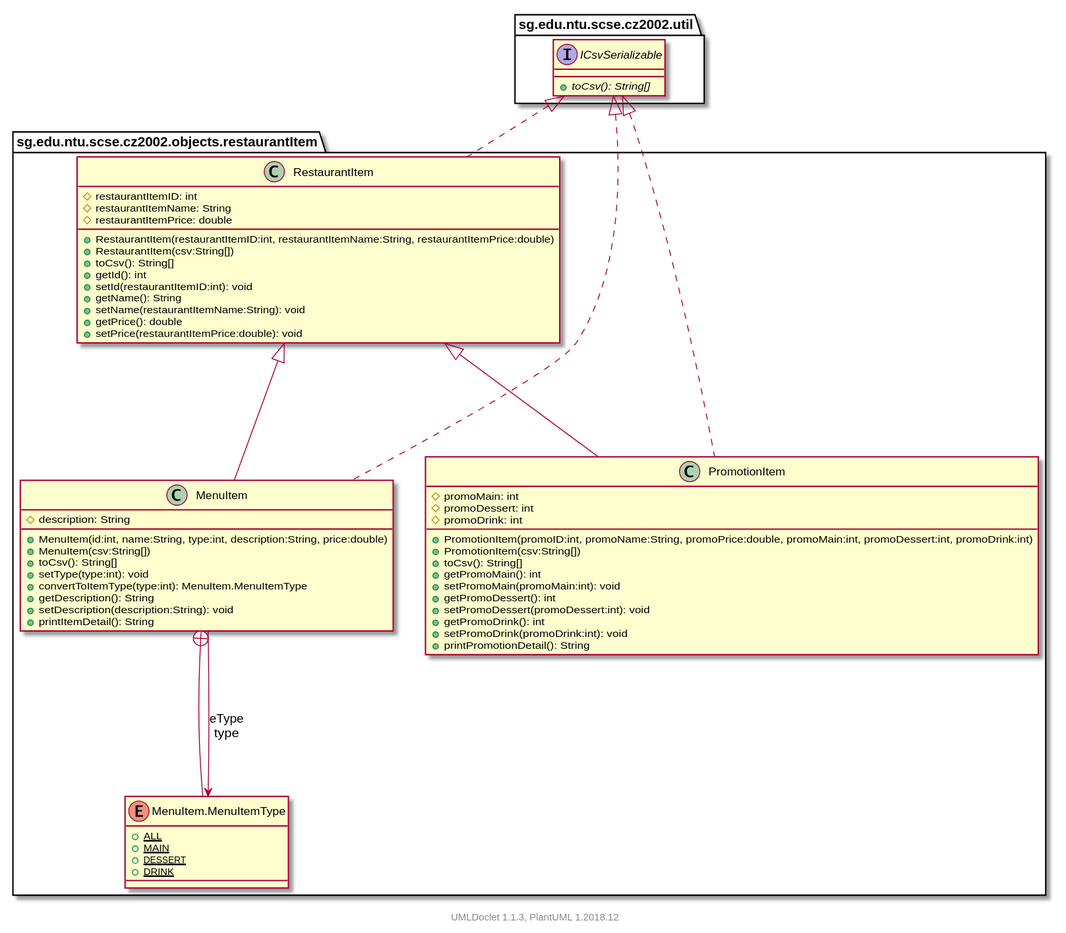
The PlantUML diagram projects/oodp/html/umlversion/uml/sg.edu.ntu.scse.cz2002.objects.restaurantItem.package.svg in itachi1706/How-to-use-Git-NTUSCSE1819-Site, before a commit.
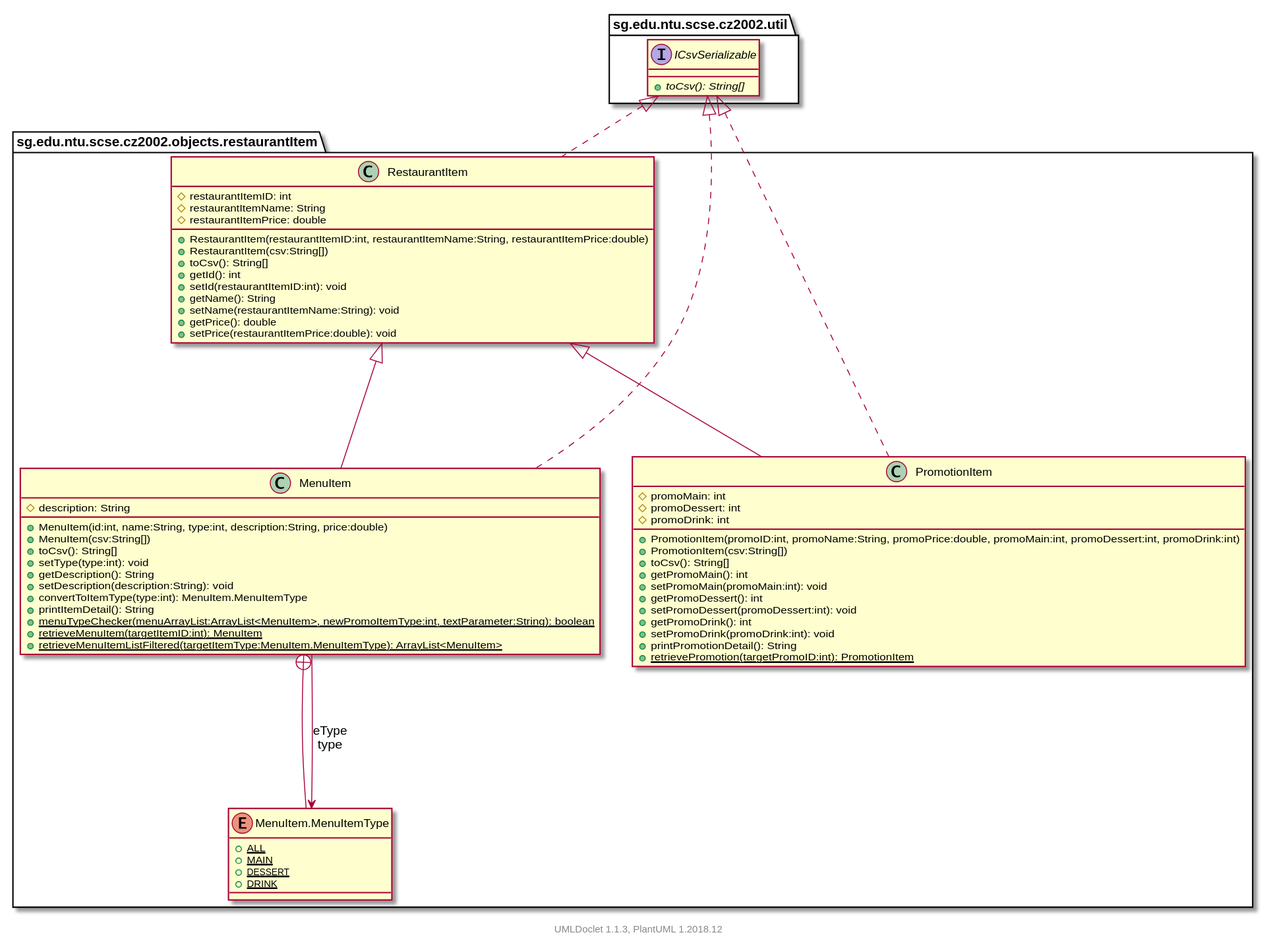
After the change.

What changed in the source:
```diff
@@ -8,10 +8,13 @@
             +MenuItem(csv:String[])
             +toCsv(): String[]
             +setType(type:int): void
-            +convertToItemType(type:int): MenuItem.MenuItemType
             +getDescription(): String
             +setDescription(description:String): void
+            +convertToItemType(type:int): MenuItem.MenuItemType
             +printItemDetail(): String
+            {static} +menuTypeChecker(menuArrayList:ArrayList<MenuItem>, newPromoItemType:int, textParameter:String): boolean
+            {static} +retrieveMenuItem(targetItemID:int): MenuItem
+            {static} +retrieveMenuItemListFiltered(targetItemType:MenuItem.MenuItemType): ArrayList<MenuItem>
         }
 
         enum sg.edu.ntu.scse.cz2002.objects.restaurantItem.MenuItem.MenuItemType [[../sg/edu/ntu/scse/cz2002/objects/restaurantItem/MenuItem.MenuItemType.html]] {
@@ -35,6 +38,7 @@
             +getPromoDrink(): int
             +setPromoDrink(promoDrink:int): void
             +printPromotionDetail(): String
+            {static} +retrievePromotion(targetPromoID:int): PromotionItem
         }
 
         class RestaurantItem [[../sg/edu/ntu/scse/cz2002/objects/restaurantItem/RestaurantItem.html]] {
```
